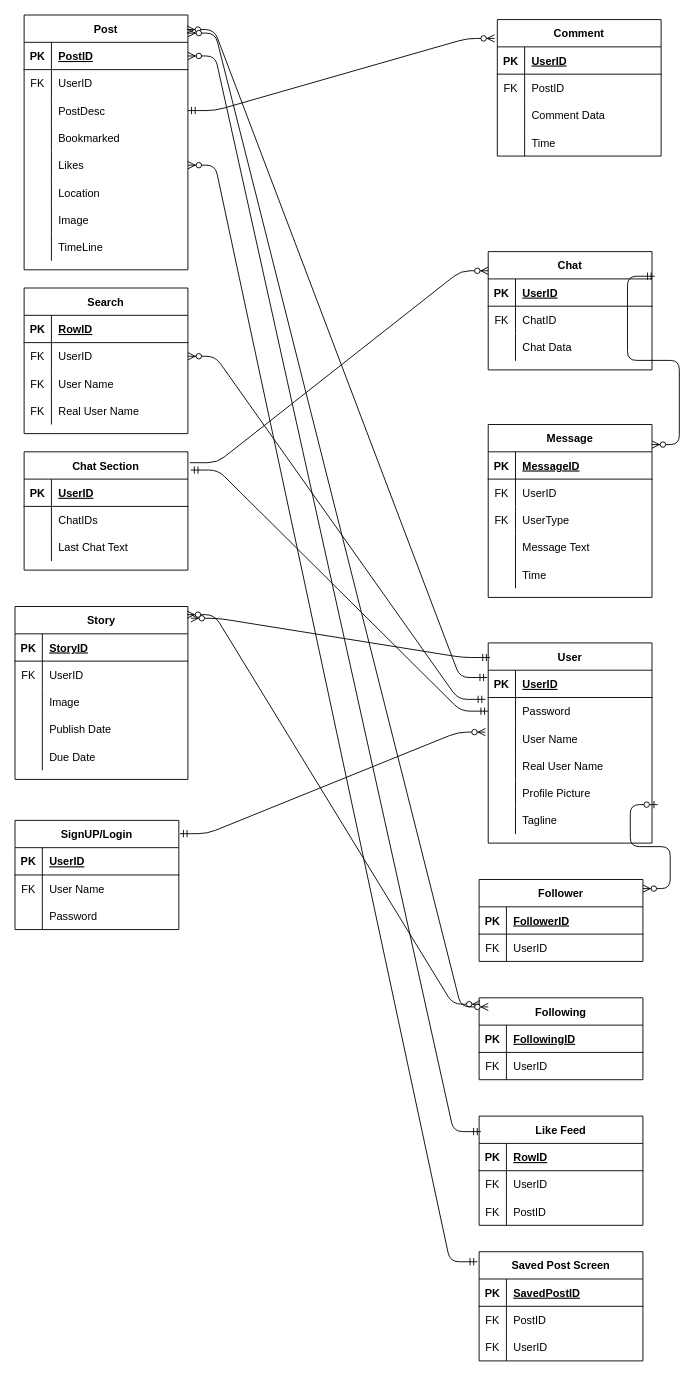
Before: page "2- Crows Notations & Relationships" (2 of 2) of Instagram DB Schema/Instagram.drawio in eqan/Instagram-ReImagened, a draw.io diagram. Source tidied: cells renumbered, new cells numbered last; positions are measured from the earlier drawing's top-left corner, leaving out a move shared by most shapes. Both pictures are drawn from the tidied source at 91%, with x=0, y=0 at pixel (15, 15).
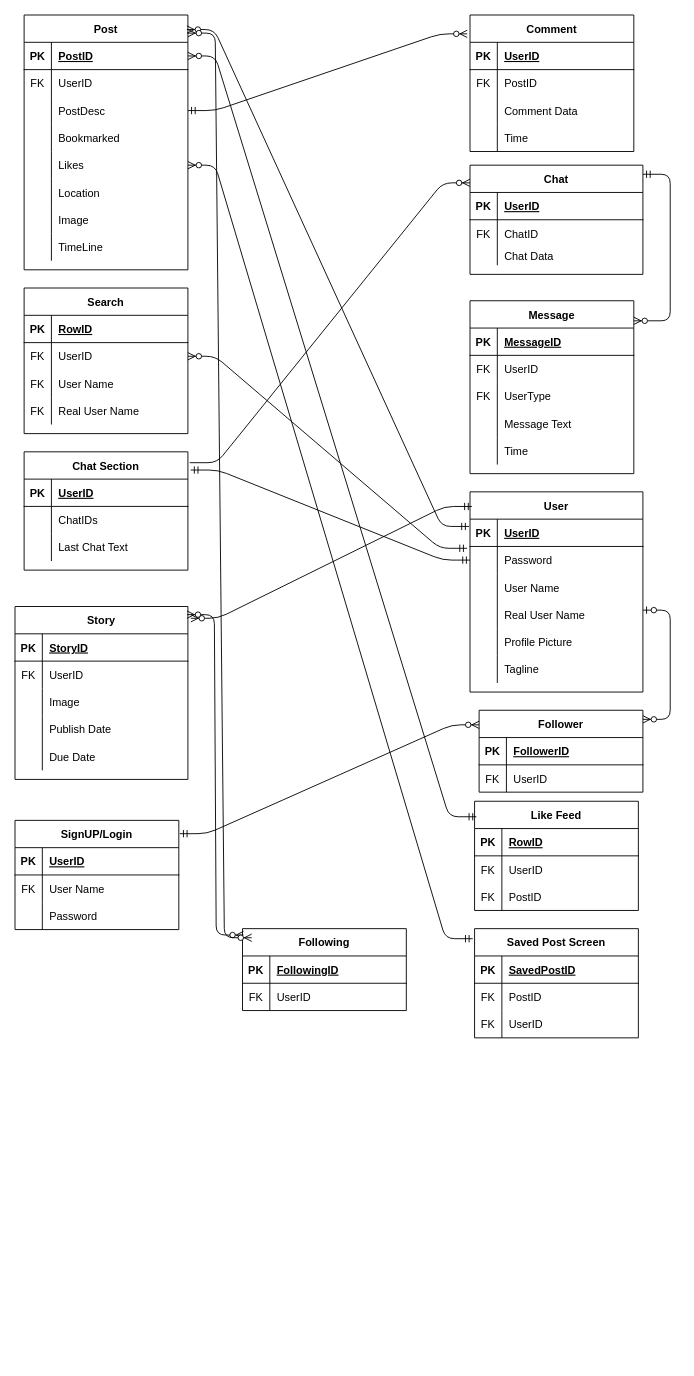
The same diagram, later.

Unchanged cells that the change refers to:
```xml
<mxCell id="153" value="SignUP/Login" style="shape=table;startSize=30;childLayout=tableLayout;rowLines=0;fontStyle=1;align=center;" parent="1" vertex="1">
  <mxGeometry y="885" width="180" height="120" as="geometry" />
</mxCell>
```

The edit, as a diff of the source:
```diff
@@
     <mxCell id="27" value="User" style="shape=table;startSize=30;childLayout=tableLayout;rowLines=0;fontStyle=1;align=center;" parent="1" vertex="1">
-      <mxGeometry x="520" y="690" width="180" height="220" as="geometry" />
+      <mxGeometry x="500" y="524" width="190" height="220" as="geometry" />
     </mxCell>
     <mxCell id="28" style="shape=partialRectangle;fillColor=none;top=0;left=0;bottom=1;right=0;points=[[0,0.5],[1,0.5]];portConstraint=eastwest;" parent="27" vertex="1">
-      <mxGeometry y="30" width="180" height="30" as="geometry" />
+      <mxGeometry y="30" width="190" height="30" as="geometry" />
     </mxCell>
@@
     <mxCell id="30" value="UserID" style="shape=partialRectangle;fillColor=none;top=0;left=0;bottom=0;right=0;align=left;spacingLeft=6;fontStyle=5;overflow=hidden;" parent="28" vertex="1">
-      <mxGeometry x="30" width="150" height="30" as="geometry" />
+      <mxGeometry x="30" width="160" height="30" as="geometry" />
     </mxCell>
     <mxCell id="31" style="shape=partialRectangle;fillColor=none;top=0;left=0;bottom=0;right=0;points=[[0,0.5],[1,0.5]];portConstraint=eastwest;" parent="27" vertex="1">
-      <mxGeometry y="60" width="180" height="30" as="geometry" />
+      <mxGeometry y="60" width="190" height="30" as="geometry" />
     </mxCell>
@@
     <mxCell id="33" value="Password" style="shape=partialRectangle;fillColor=none;top=0;left=0;bottom=0;right=0;align=left;spacingLeft=6;overflow=hidden;" parent="31" vertex="1">
-      <mxGeometry x="30" width="150" height="30" as="geometry" />
+      <mxGeometry x="30" width="160" height="30" as="geometry" />
     </mxCell>
     <mxCell id="34" style="shape=partialRectangle;fillColor=none;top=0;left=0;bottom=0;right=0;points=[[0,0.5],[1,0.5]];portConstraint=eastwest;" parent="27" vertex="1">
-      <mxGeometry y="90" width="180" height="30" as="geometry" />
+      <mxGeometry y="90" width="190" height="30" as="geometry" />
     </mxCell>
@@
     <mxCell id="36" value="User Name" style="shape=partialRectangle;fillColor=none;top=0;left=0;bottom=0;right=0;align=left;spacingLeft=6;overflow=hidden;" parent="34" vertex="1">
-      <mxGeometry x="30" width="150" height="30" as="geometry" />
+      <mxGeometry x="30" width="160" height="30" as="geometry" />
     </mxCell>
     <mxCell id="37" style="shape=partialRectangle;fillColor=none;top=0;left=0;bottom=0;right=0;" parent="27" vertex="1">
-      <mxGeometry y="120" width="180" height="30" as="geometry" />
+      <mxGeometry y="120" width="190" height="30" as="geometry" />
     </mxCell>
@@
     <mxCell id="39" value="Real User Name" style="shape=partialRectangle;fillColor=none;top=0;left=0;bottom=0;right=0;align=left;spacingLeft=6;overflow=hidden;" parent="37" vertex="1">
-      <mxGeometry x="30" width="150" height="30" as="geometry" />
+      <mxGeometry x="30" width="160" height="30" as="geometry" />
     </mxCell>
     <mxCell id="40" style="shape=partialRectangle;fillColor=none;top=0;left=0;bottom=0;right=0;" parent="27" vertex="1">
-      <mxGeometry y="150" width="180" height="30" as="geometry" />
+      <mxGeometry y="150" width="190" height="30" as="geometry" />
     </mxCell>
@@
     <mxCell id="42" value="Profile Picture" style="shape=partialRectangle;fillColor=none;top=0;left=0;bottom=0;right=0;align=left;spacingLeft=6;overflow=hidden;" parent="40" vertex="1">
-      <mxGeometry x="30" width="150" height="30" as="geometry" />
+      <mxGeometry x="30" width="160" height="30" as="geometry" />
     </mxCell>
     <mxCell id="43" style="shape=partialRectangle;fillColor=none;top=0;left=0;bottom=0;right=0;points=[[0,0.5],[1,0.5]];portConstraint=eastwest;" parent="27" vertex="1">
-      <mxGeometry y="180" width="180" height="30" as="geometry" />
+      <mxGeometry y="180" width="190" height="30" as="geometry" />
     </mxCell>
@@
     <mxCell id="45" value="Tagline" style="shape=partialRectangle;fillColor=none;top=0;left=0;bottom=0;right=0;align=left;spacingLeft=6;overflow=hidden;" parent="43" vertex="1">
-      <mxGeometry x="30" width="150" height="30" as="geometry" />
+      <mxGeometry x="30" width="160" height="30" as="geometry" />
     </mxCell>
@@
     <mxCell id="71" value="Chat" style="shape=table;startSize=30;childLayout=tableLayout;rowLines=0;fontStyle=1;align=center;" parent="1" vertex="1">
-      <mxGeometry x="520" y="260" width="180" height="130" as="geometry" />
+      <mxGeometry x="500" y="165" width="190" height="120" as="geometry" />
     </mxCell>
     <mxCell id="72" style="shape=partialRectangle;fillColor=none;top=0;left=0;bottom=1;right=0;" parent="71" vertex="1">
-      <mxGeometry y="30" width="180" height="30" as="geometry" />
+      <mxGeometry y="30" width="190" height="30" as="geometry" />
     </mxCell>
@@
     <mxCell id="74" value="UserID" style="shape=partialRectangle;fillColor=none;top=0;left=0;bottom=0;right=0;align=left;spacingLeft=6;fontStyle=5;overflow=hidden;" parent="72" vertex="1">
-      <mxGeometry x="30" width="150" height="30" as="geometry" />
+      <mxGeometry x="30" width="160" height="30" as="geometry" />
     </mxCell>
     <mxCell id="75" style="shape=partialRectangle;fillColor=none;top=0;left=0;bottom=0;right=0;" parent="71" vertex="1">
-      <mxGeometry y="60" width="180" height="30" as="geometry" />
+      <mxGeometry y="60" width="190" height="30" as="geometry" />
     </mxCell>
@@
     <mxCell id="77" value="ChatID" style="shape=partialRectangle;fillColor=none;top=0;left=0;bottom=0;right=0;align=left;spacingLeft=6;fontStyle=0;overflow=hidden;" parent="75" vertex="1">
-      <mxGeometry x="30" width="150" height="30" as="geometry" />
+      <mxGeometry x="30" width="160" height="30" as="geometry" />
     </mxCell>
     <mxCell id="78" style="shape=partialRectangle;fillColor=none;top=0;left=0;bottom=0;right=0;" parent="71" vertex="1">
-      <mxGeometry y="90" width="180" height="30" as="geometry" />
+      <mxGeometry y="90" width="190" height="20" as="geometry" />
     </mxCell>
     <mxCell id="79" style="shape=partialRectangle;fillColor=none;top=0;left=0;bottom=0;right=0;overflow=hidden;" parent="78" vertex="1">
-      <mxGeometry width="30" height="30" as="geometry" />
+      <mxGeometry width="30" height="20" as="geometry" />
     </mxCell>
     <mxCell id="80" value="Chat Data" style="shape=partialRectangle;fillColor=none;top=0;left=0;bottom=0;right=0;align=left;spacingLeft=6;overflow=hidden;" parent="78" vertex="1">
-      <mxGeometry x="30" width="150" height="30" as="geometry" />
+      <mxGeometry x="30" width="160" height="20" as="geometry" />
     </mxCell>
@@
     <mxCell id="98" value="Follower" style="shape=table;startSize=30;childLayout=tableLayout;rowLines=0;fontStyle=1;align=center;" parent="1" vertex="1">
-      <mxGeometry x="510" y="950" width="180" height="90" as="geometry" />
+      <mxGeometry x="510" y="764" width="180" height="90" as="geometry" />
     </mxCell>
@@
     <mxCell id="107" value="Following" style="shape=table;startSize=30;childLayout=tableLayout;rowLines=0;fontStyle=1;align=center;" parent="1" vertex="1">
-      <mxGeometry x="510" y="1080" width="180" height="90" as="geometry" />
+      <mxGeometry x="250" y="1004" width="180" height="90" as="geometry" />
     </mxCell>
@@
     <mxCell id="114" value="Message" style="shape=table;startSize=30;childLayout=tableLayout;rowLines=0;fontStyle=1;align=center;" parent="1" vertex="1">
-      <mxGeometry x="520" y="450" width="180" height="190" as="geometry" />
+      <mxGeometry x="500" y="314" width="180" height="190" as="geometry" />
     </mxCell>
@@
-    <mxCell id="132" style="edgeStyle=entityRelationEdgeStyle;fontSize=12;html=1;endArrow=ERzeroToMany;startArrow=ERmandOne;entryX=1;entryY=0.116;entryDx=0;entryDy=0;entryPerimeter=0;exitX=1.017;exitY=0.208;exitDx=0;exitDy=0;exitPerimeter=0;" parent="1" edge="1" source="71" target="114">
-      <mxGeometry relative="1" as="geometry" />
+    <mxCell id="132" style="edgeStyle=entityRelationEdgeStyle;fontSize=12;html=1;endArrow=ERzeroToMany;startArrow=ERmandOne;entryX=1;entryY=0.116;entryDx=0;entryDy=0;entryPerimeter=0;" parent="1" edge="1" target="114">
+      <mxGeometry relative="1" as="geometry">
+        <mxPoint x="690" y="175" as="sourcePoint" />
+      </mxGeometry>
     </mxCell>
     <mxCell id="133" value="Like Feed" style="shape=table;startSize=30;childLayout=tableLayout;rowLines=0;fontStyle=1;align=center;" parent="1" vertex="1">
-      <mxGeometry x="510" y="1210" width="180" height="120" as="geometry" />
+      <mxGeometry x="505" y="864" width="180" height="120" as="geometry" />
     </mxCell>
@@
     <mxCell id="143" value="Saved Post Screen" style="shape=table;startSize=30;childLayout=tableLayout;rowLines=0;fontStyle=1;align=center;" parent="1" vertex="1">
-      <mxGeometry x="510" y="1359" width="180" height="120" as="geometry" />
+      <mxGeometry x="505" y="1004" width="180" height="120" as="geometry" />
     </mxCell>
@@
-    <mxCell id="165" style="edgeStyle=entityRelationEdgeStyle;fontSize=12;html=1;endArrow=ERzeroToMany;startArrow=ERmandOne;exitX=1.006;exitY=0.122;exitDx=0;exitDy=0;exitPerimeter=0;entryX=-0.017;entryY=0.267;entryDx=0;entryDy=0;entryPerimeter=0;" parent="1" edge="1" source="153" target="34">
-      <mxGeometry relative="1" as="geometry" />
+    <mxCell id="165" style="edgeStyle=entityRelationEdgeStyle;fontSize=12;html=1;endArrow=ERzeroToMany;startArrow=ERmandOne;exitX=1.006;exitY=0.122;exitDx=0;exitDy=0;exitPerimeter=0;" parent="1" edge="1" source="153">
+      <mxGeometry relative="1" as="geometry">
+        <mxPoint x="510" y="780" as="targetPoint" />
+      </mxGeometry>
     </mxCell>
-    <mxCell id="166" style="edgeStyle=entityRelationEdgeStyle;fontSize=12;html=1;endArrow=ERzeroToMany;startArrow=ERzeroToOne;entryX=1;entryY=0.111;entryDx=0;entryDy=0;entryPerimeter=0;exitX=1.034;exitY=-0.076;exitDx=0;exitDy=0;exitPerimeter=0;" parent="1" edge="1" source="43" target="98">
-      <mxGeometry relative="1" as="geometry" />
+    <mxCell id="166" style="edgeStyle=entityRelationEdgeStyle;fontSize=12;html=1;endArrow=ERzeroToMany;startArrow=ERzeroToOne;entryX=1;entryY=0.111;entryDx=0;entryDy=0;entryPerimeter=0;" parent="1" edge="1" target="98">
+      <mxGeometry relative="1" as="geometry">
+        <mxPoint x="690" y="654" as="sourcePoint" />
+      </mxGeometry>
     </mxCell>
     <mxCell id="167" value="Comment" style="shape=table;startSize=30;childLayout=tableLayout;rowLines=0;fontStyle=1;align=center;" parent="1" vertex="1">
-      <mxGeometry x="530" y="5" width="180" height="150" as="geometry" />
+      <mxGeometry x="500" width="180" height="150" as="geometry" />
     </mxCell>
```
